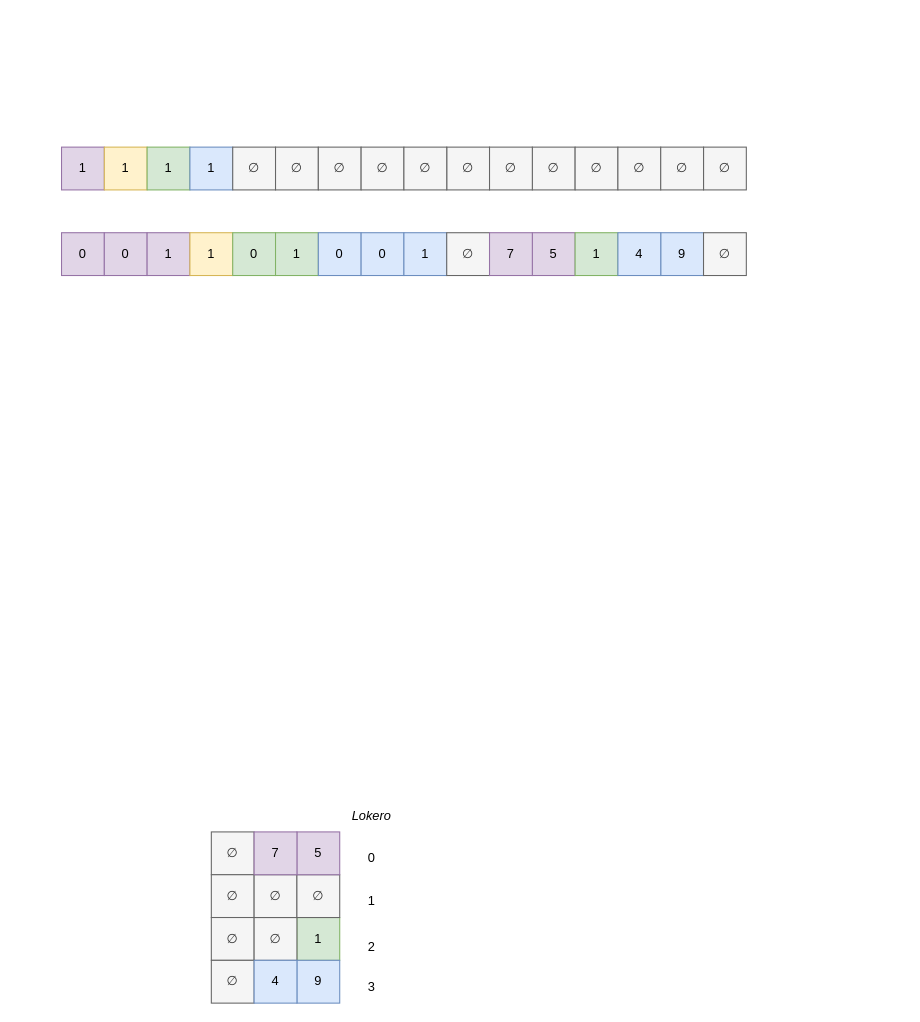
Before: Vektoriosamääräsuodatin.drawio in juaxE/kandikuvat, a draw.io diagram. Source tidied: cells renumbered, new cells numbered last; positions are measured from the earlier drawing's top-left corner, leaving out a move shared by most shapes. Both pictures are drawn from the tidied source at 107%, with x=0, y=0 at pixel (61, 147).
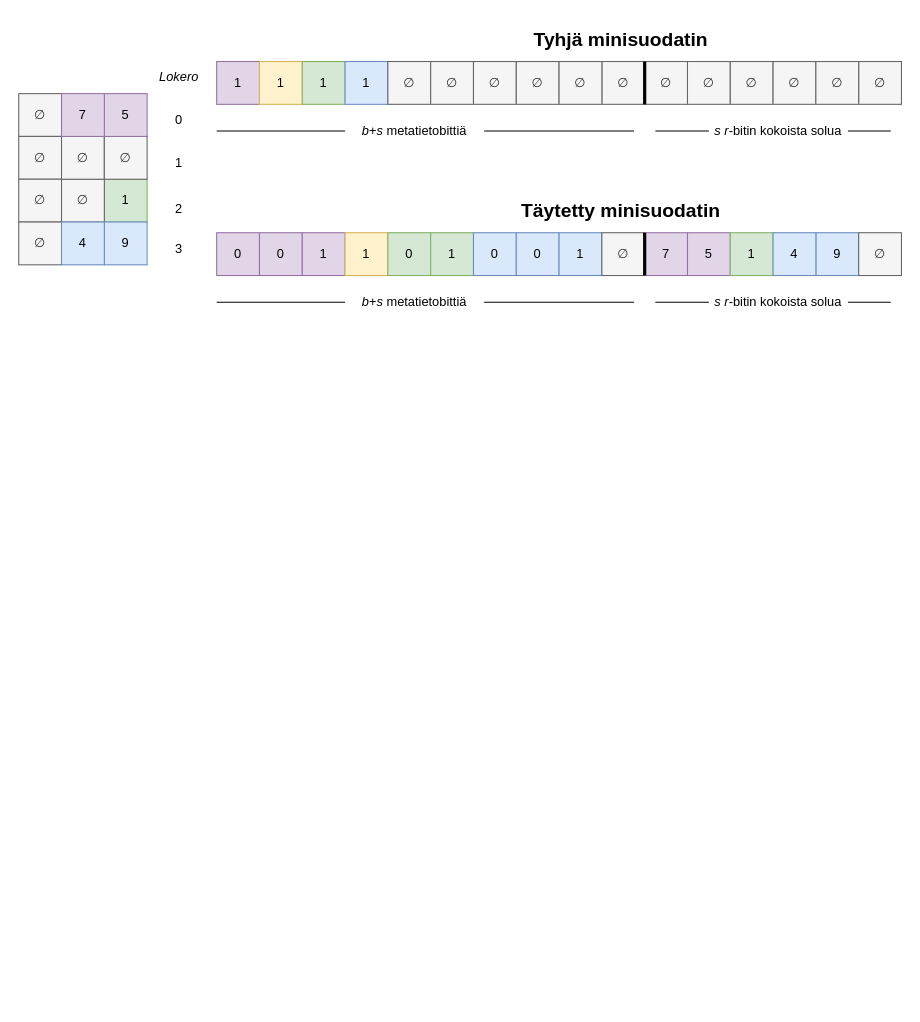
The same page after the edit.

Change to the diagram source:
```diff
@@
     <mxCell id="2" value="0" style="whiteSpace=wrap;html=1;fillColor=#e1d5e7;strokeColor=#9673a6;" parent="1" vertex="1">
-      <mxGeometry y="80" width="40" height="40" as="geometry" />
+      <mxGeometry x="145" y="80" width="40" height="40" as="geometry" />
     </mxCell>
     <mxCell id="3" value="∅" style="whiteSpace=wrap;html=1;fillColor=#f5f5f5;fontColor=#333333;strokeColor=#666666;" parent="1" vertex="1">
-      <mxGeometry x="140" y="640" width="40" height="40" as="geometry" />
+      <mxGeometry x="-40" y="-50" width="40" height="40" as="geometry" />
     </mxCell>
     <mxCell id="4" value="∅" style="whiteSpace=wrap;html=1;fillColor=#f5f5f5;fontColor=#333333;strokeColor=#666666;" parent="1" vertex="1">
-      <mxGeometry x="140" y="680" width="40" height="40" as="geometry" />
+      <mxGeometry x="-40" y="-10" width="40" height="40" as="geometry" />
     </mxCell>
     <mxCell id="5" value="∅" style="whiteSpace=wrap;html=1;fillColor=#f5f5f5;fontColor=#333333;strokeColor=#666666;" parent="1" vertex="1">
-      <mxGeometry x="140" y="720" width="40" height="40" as="geometry" />
+      <mxGeometry x="-40" y="30" width="40" height="40" as="geometry" />
     </mxCell>
     <mxCell id="6" value="1" style="whiteSpace=wrap;html=1;fillColor=#d5e8d4;strokeColor=#82b366;" parent="1" vertex="1">
-      <mxGeometry x="220" y="720" width="40" height="40" as="geometry" />
+      <mxGeometry x="40" y="30" width="40" height="40" as="geometry" />
     </mxCell>
     <mxCell id="7" value="∅" style="whiteSpace=wrap;html=1;fillColor=#f5f5f5;fontColor=#333333;strokeColor=#666666;" parent="1" vertex="1">
-      <mxGeometry x="180" y="720" width="40" height="40" as="geometry" />
+      <mxGeometry y="30" width="40" height="40" as="geometry" />
     </mxCell>
     <mxCell id="8" value="∅" style="whiteSpace=wrap;html=1;fillColor=#f5f5f5;fontColor=#333333;strokeColor=#666666;" parent="1" vertex="1">
-      <mxGeometry x="140" y="760" width="40" height="40" as="geometry" />
+      <mxGeometry x="-40" y="70" width="40" height="40" as="geometry" />
     </mxCell>
     <mxCell id="9" value="9" style="whiteSpace=wrap;html=1;fillColor=#dae8fc;strokeColor=#6c8ebf;" parent="1" vertex="1">
-      <mxGeometry x="220" y="760" width="40" height="40" as="geometry" />
+      <mxGeometry x="40" y="70" width="40" height="40" as="geometry" />
     </mxCell>
     <mxCell id="10" value="4" style="whiteSpace=wrap;html=1;fillColor=#dae8fc;strokeColor=#6c8ebf;" parent="1" vertex="1">
-      <mxGeometry x="180" y="760" width="40" height="40" as="geometry" />
+      <mxGeometry y="70" width="40" height="40" as="geometry" />
     </mxCell>
     <mxCell id="11" value="∅" style="whiteSpace=wrap;html=1;fillColor=#f5f5f5;fontColor=#333333;strokeColor=#666666;" parent="1" vertex="1">
-      <mxGeometry x="180" y="680" width="40" height="40" as="geometry" />
+      <mxGeometry y="-10" width="40" height="40" as="geometry" />
     </mxCell>
     <mxCell id="12" value="∅" style="whiteSpace=wrap;html=1;fillColor=#f5f5f5;fontColor=#333333;strokeColor=#666666;" parent="1" vertex="1">
-      <mxGeometry x="220" y="680" width="40" height="40" as="geometry" />
+      <mxGeometry x="40" y="-10" width="40" height="40" as="geometry" />
     </mxCell>
     <mxCell id="13" value="5" style="whiteSpace=wrap;html=1;fillColor=#e1d5e7;strokeColor=#9673a6;" parent="1" vertex="1">
-      <mxGeometry x="220" y="640" width="40" height="40" as="geometry" />
+      <mxGeometry x="40" y="-50" width="40" height="40" as="geometry" />
     </mxCell>
     <mxCell id="14" value="7" style="whiteSpace=wrap;html=1;fillColor=#e1d5e7;strokeColor=#9673a6;" parent="1" vertex="1">
-      <mxGeometry x="180" y="640" width="40" height="40" as="geometry" />
+      <mxGeometry y="-50" width="40" height="40" as="geometry" />
     </mxCell>
     <mxCell id="15" value="Lokero" style="text;html=1;strokeColor=none;fillColor=none;align=center;verticalAlign=middle;whiteSpace=wrap;rounded=0;fontStyle=2;" parent="1" vertex="1">
-      <mxGeometry x="260" y="610" width="60" height="30" as="geometry" />
+      <mxGeometry x="80" y="-80" width="60" height="30" as="geometry" />
     </mxCell>
     <mxCell id="16" value="0" style="text;html=1;strokeColor=none;fillColor=none;align=center;verticalAlign=middle;whiteSpace=wrap;rounded=0;" parent="1" vertex="1">
-      <mxGeometry x="260" y="650" width="60" height="30" as="geometry" />
+      <mxGeometry x="80" y="-40" width="60" height="30" as="geometry" />
     </mxCell>
     <mxCell id="17" value="1" style="text;html=1;strokeColor=none;fillColor=none;align=center;verticalAlign=middle;whiteSpace=wrap;rounded=0;" parent="1" vertex="1">
-      <mxGeometry x="260" y="690" width="60" height="30" as="geometry" />
+      <mxGeometry x="80" width="60" height="30" as="geometry" />
     </mxCell>
     <mxCell id="18" value="2" style="text;html=1;strokeColor=none;fillColor=none;align=center;verticalAlign=middle;whiteSpace=wrap;rounded=0;" parent="1" vertex="1">
-      <mxGeometry x="255" y="730" width="70" height="35" as="geometry" />
+      <mxGeometry x="75" y="40" width="70" height="35" as="geometry" />
     </mxCell>
     <mxCell id="19" value="3" style="text;html=1;strokeColor=none;fillColor=none;align=center;verticalAlign=middle;whiteSpace=wrap;rounded=0;" parent="1" vertex="1">
-      <mxGeometry x="260" y="770" width="60" height="30" as="geometry" />
+      <mxGeometry x="80" y="80" width="60" height="30" as="geometry" />
     </mxCell>
     <mxCell id="20" value="0" style="whiteSpace=wrap;html=1;fillColor=#e1d5e7;strokeColor=#9673a6;" parent="1" vertex="1">
-      <mxGeometry x="40" y="80" width="40" height="40" as="geometry" />
+      <mxGeometry x="185" y="80" width="40" height="40" as="geometry" />
     </mxCell>
     <mxCell id="21" value="1" style="whiteSpace=wrap;html=1;fillColor=#e1d5e7;strokeColor=#9673a6;" parent="1" vertex="1">
-      <mxGeometry x="80" y="80" width="40" height="40" as="geometry" />
+      <mxGeometry x="225" y="80" width="40" height="40" as="geometry" />
     </mxCell>
     <mxCell id="22" value="1" style="whiteSpace=wrap;html=1;fillColor=#fff2cc;strokeColor=#d6b656;" parent="1" vertex="1">
-      <mxGeometry x="120" y="80" width="40" height="40" as="geometry" />
+      <mxGeometry x="265" y="80" width="40" height="40" as="geometry" />
     </mxCell>
     <mxCell id="23" value="0" style="whiteSpace=wrap;html=1;fillColor=#d5e8d4;strokeColor=#82b366;" parent="1" vertex="1">
-      <mxGeometry x="160" y="80" width="40" height="40" as="geometry" />
+      <mxGeometry x="305" y="80" width="40" height="40" as="geometry" />
     </mxCell>
     <mxCell id="24" value="1" style="whiteSpace=wrap;html=1;fillColor=#d5e8d4;strokeColor=#82b366;" parent="1" vertex="1">
-      <mxGeometry x="200" y="80" width="40" height="40" as="geometry" />
+      <mxGeometry x="345" y="80" width="40" height="40" as="geometry" />
     </mxCell>
     <mxCell id="25" value="0" style="whiteSpace=wrap;html=1;fillColor=#dae8fc;strokeColor=#6c8ebf;" parent="1" vertex="1">
-      <mxGeometry x="240" y="80" width="40" height="40" as="geometry" />
+      <mxGeometry x="385" y="80" width="40" height="40" as="geometry" />
     </mxCell>
     <mxCell id="26" value="0" style="whiteSpace=wrap;html=1;fillColor=#dae8fc;strokeColor=#6c8ebf;" parent="1" vertex="1">
-      <mxGeometry x="280" y="80" width="40" height="40" as="geometry" />
+      <mxGeometry x="425" y="80" width="40" height="40" as="geometry" />
     </mxCell>
     <mxCell id="27" value="1" style="whiteSpace=wrap;html=1;fillColor=#dae8fc;strokeColor=#6c8ebf;" parent="1" vertex="1">
-      <mxGeometry x="320" y="80" width="40" height="40" as="geometry" />
+      <mxGeometry x="465" y="80" width="40" height="40" as="geometry" />
     </mxCell>
     <mxCell id="28" value="∅" style="whiteSpace=wrap;html=1;fillColor=#f5f5f5;fontColor=#333333;strokeColor=#666666;" parent="1" vertex="1">
-      <mxGeometry x="360" y="80" width="40" height="40" as="geometry" />
+      <mxGeometry x="505" y="80" width="40" height="40" as="geometry" />
     </mxCell>
     <mxCell id="29" value="1" style="whiteSpace=wrap;html=1;fillColor=#e1d5e7;strokeColor=#9673a6;" parent="1" vertex="1">
-      <mxGeometry width="40" height="40" as="geometry" />
+      <mxGeometry x="145" y="-80" width="40" height="40" as="geometry" />
     </mxCell>
     <mxCell id="30" value="1" style="whiteSpace=wrap;html=1;fillColor=#fff2cc;strokeColor=#d6b656;" parent="1" vertex="1">
-      <mxGeometry x="40" width="40" height="40" as="geometry" />
+      <mxGeometry x="185" y="-80" width="40" height="40" as="geometry" />
     </mxCell>
     <mxCell id="31" value="1" style="whiteSpace=wrap;html=1;fillColor=#d5e8d4;strokeColor=#82b366;" parent="1" vertex="1">
-      <mxGeometry x="80" width="40" height="40" as="geometry" />
+      <mxGeometry x="225" y="-80" width="40" height="40" as="geometry" />
     </mxCell>
     <mxCell id="32" value="1" style="whiteSpace=wrap;html=1;fillColor=#dae8fc;strokeColor=#6c8ebf;" parent="1" vertex="1">
-      <mxGeometry x="120" width="40" height="40" as="geometry" />
+      <mxGeometry x="265" y="-80" width="40" height="40" as="geometry" />
     </mxCell>
     <mxCell id="33" value="∅" style="whiteSpace=wrap;html=1;fillColor=#f5f5f5;fontColor=#333333;strokeColor=#666666;" parent="1" vertex="1">
-      <mxGeometry x="160" width="40" height="40" as="geometry" />
+      <mxGeometry x="305" y="-80" width="40" height="40" as="geometry" />
     </mxCell>
     <mxCell id="34" value="∅" style="whiteSpace=wrap;html=1;fillColor=#f5f5f5;fontColor=#333333;strokeColor=#666666;" parent="1" vertex="1">
-      <mxGeometry x="200" width="40" height="40" as="geometry" />
+      <mxGeometry x="345" y="-80" width="40" height="40" as="geometry" />
     </mxCell>
     <mxCell id="35" value="∅" style="whiteSpace=wrap;html=1;fillColor=#f5f5f5;fontColor=#333333;strokeColor=#666666;" parent="1" vertex="1">
-      <mxGeometry x="240" width="40" height="40" as="geometry" />
+      <mxGeometry x="385" y="-80" width="40" height="40" as="geometry" />
     </mxCell>
     <mxCell id="36" value="∅" style="whiteSpace=wrap;html=1;fillColor=#f5f5f5;fontColor=#333333;strokeColor=#666666;" parent="1" vertex="1">
-      <mxGeometry x="280" width="40" height="40" as="geometry" />
+      <mxGeometry x="425" y="-80" width="40" height="40" as="geometry" />
     </mxCell>
     <mxCell id="37" value="∅" style="whiteSpace=wrap;html=1;fillColor=#f5f5f5;fontColor=#333333;strokeColor=#666666;" parent="1" vertex="1">
-      <mxGeometry x="360" width="40" height="40" as="geometry" />
+      <mxGeometry x="505" y="-80" width="40" height="40" as="geometry" />
     </mxCell>
     <mxCell id="38" value="∅" style="whiteSpace=wrap;html=1;fillColor=#f5f5f5;fontColor=#333333;strokeColor=#666666;" parent="1" vertex="1">
-      <mxGeometry x="320" width="40" height="40" as="geometry" />
+      <mxGeometry x="465" y="-80" width="40" height="40" as="geometry" />
     </mxCell>
     <mxCell id="39" value="∅" style="whiteSpace=wrap;html=1;fillColor=#f5f5f5;fontColor=#333333;strokeColor=#666666;" parent="1" vertex="1">
-      <mxGeometry x="440" width="40" height="40" as="geometry" />
+      <mxGeometry x="585" y="-80" width="40" height="40" as="geometry" />
     </mxCell>
     <mxCell id="40" value="∅" style="whiteSpace=wrap;html=1;fillColor=#f5f5f5;fontColor=#333333;strokeColor=#666666;" parent="1" vertex="1">
-      <mxGeometry x="480" width="40" height="40" as="geometry" />
+      <mxGeometry x="625" y="-80" width="40" height="40" as="geometry" />
     </mxCell>
     <mxCell id="41" value="∅" style="whiteSpace=wrap;html=1;fillColor=#f5f5f5;fontColor=#333333;strokeColor=#666666;" parent="1" vertex="1">
-      <mxGeometry x="520" width="40" height="40" as="geometry" />
+      <mxGeometry x="665" y="-80" width="40" height="40" as="geometry" />
     </mxCell>
     <mxCell id="42" value="∅" style="whiteSpace=wrap;html=1;fillColor=#f5f5f5;fontColor=#333333;strokeColor=#666666;" parent="1" vertex="1">
-      <mxGeometry x="600" width="40" height="40" as="geometry" />
+      <mxGeometry x="745" y="-80" width="40" height="40" as="geometry" />
     </mxCell>
     <mxCell id="43" value="∅" style="whiteSpace=wrap;html=1;fillColor=#f5f5f5;fontColor=#333333;strokeColor=#666666;" parent="1" vertex="1">
-      <mxGeometry x="560" width="40" height="40" as="geometry" />
+      <mxGeometry x="705" y="-80" width="40" height="40" as="geometry" />
     </mxCell>
     <mxCell id="44" value="∅" style="whiteSpace=wrap;html=1;fillColor=#f5f5f5;fontColor=#333333;strokeColor=#666666;" parent="1" vertex="1">
-      <mxGeometry x="400" width="40" height="40" as="geometry" />
+      <mxGeometry x="545" y="-80" width="40" height="40" as="geometry" />
     </mxCell>
     <mxCell id="45" value="5" style="whiteSpace=wrap;html=1;fillColor=#e1d5e7;strokeColor=#9673a6;" parent="1" vertex="1">
-      <mxGeometry x="440" y="80" width="40" height="40" as="geometry" />
+      <mxGeometry x="585" y="80" width="40" height="40" as="geometry" />
     </mxCell>
     <mxCell id="46" value="7" style="whiteSpace=wrap;html=1;fillColor=#e1d5e7;strokeColor=#9673a6;" parent="1" vertex="1">
-      <mxGeometry x="400" y="80" width="40" height="40" as="geometry" />
+      <mxGeometry x="545" y="80" width="40" height="40" as="geometry" />
     </mxCell>
     <mxCell id="47" value="1" style="whiteSpace=wrap;html=1;fillColor=#d5e8d4;strokeColor=#82b366;" parent="1" vertex="1">
-      <mxGeometry x="480" y="80" width="40" height="40" as="geometry" />
+      <mxGeometry x="625" y="80" width="40" height="40" as="geometry" />
     </mxCell>
     <mxCell id="48" value="9" style="whiteSpace=wrap;html=1;fillColor=#dae8fc;strokeColor=#6c8ebf;" parent="1" vertex="1">
-      <mxGeometry x="560" y="80" width="40" height="40" as="geometry" />
+      <mxGeometry x="705" y="80" width="40" height="40" as="geometry" />
     </mxCell>
     <mxCell id="49" value="4" style="whiteSpace=wrap;html=1;fillColor=#dae8fc;strokeColor=#6c8ebf;" parent="1" vertex="1">
-      <mxGeometry x="520" y="80" width="40" height="40" as="geometry" />
+      <mxGeometry x="665" y="80" width="40" height="40" as="geometry" />
     </mxCell>
     <mxCell id="50" value="∅" style="whiteSpace=wrap;html=1;fillColor=#f5f5f5;fontColor=#333333;strokeColor=#666666;" parent="1" vertex="1">
-      <mxGeometry x="600" y="80" width="40" height="40" as="geometry" />
+      <mxGeometry x="745" y="80" width="40" height="40" as="geometry" />
     </mxCell>
+    <mxCell id="51" value="&lt;b style=&quot;font-size: 18px;&quot;&gt;Tyhjä minisuodatin&lt;/b&gt;" style="text;html=1;strokeColor=none;fillColor=none;align=center;verticalAlign=middle;whiteSpace=wrap;rounded=0;fontSize=18;" parent="1" vertex="1">
+      <mxGeometry x="425" y="-120" width="196" height="40" as="geometry" />
+    </mxCell>
+    <mxCell id="52" style="endArrow=none;html=1;rounded=0;curved=1;strokeWidth=3;entryX=0;entryY=0;entryDx=0;entryDy=0;" parent="1" edge="1" target="46">
+      <mxGeometry relative="1" as="geometry">
+        <mxPoint x="545" y="120" as="sourcePoint" />
+      </mxGeometry>
+    </mxCell>
+    <mxCell id="53" style="endArrow=none;html=1;rounded=0;curved=1;strokeWidth=3;entryX=0;entryY=0;entryDx=0;entryDy=0;exitX=0;exitY=1;exitDx=0;exitDy=0;" parent="1" edge="1" source="44" target="44">
+      <mxGeometry relative="1" as="geometry" />
+    </mxCell>
+    <mxCell id="54" value="b&lt;span style=&quot;font-style: normal;&quot;&gt;+&lt;/span&gt;s&lt;span style=&quot;font-style: normal;&quot;&gt;&amp;nbsp;metatietobittiä&lt;/span&gt;" style="text;html=1;strokeColor=none;fillColor=none;align=center;verticalAlign=middle;whiteSpace=wrap;rounded=0;fontStyle=2;" parent="1" vertex="1">
+      <mxGeometry x="265" y="-30" width="130" height="30" as="geometry" />
+    </mxCell>
+    <mxCell id="55" style="endArrow=none;html=1;rounded=0;exitX=0;exitY=0.5;exitDx=0;exitDy=0;" parent="1" edge="1" source="54">
+      <mxGeometry relative="1" as="geometry">
+        <mxPoint x="145" y="-15" as="targetPoint" />
+      </mxGeometry>
+    </mxCell>
+    <mxCell id="56" style="endArrow=none;html=1;rounded=0;" parent="1" edge="1">
+      <mxGeometry relative="1" as="geometry">
+        <mxPoint x="535" y="-15" as="sourcePoint" />
+        <mxPoint x="395" y="-15" as="targetPoint" />
+      </mxGeometry>
+    </mxCell>
+    <mxCell id="57" value="b&lt;span style=&quot;font-style: normal;&quot;&gt;+&lt;/span&gt;s&lt;span style=&quot;font-style: normal;&quot;&gt;&amp;nbsp;metatietobittiä&lt;/span&gt;" style="text;html=1;strokeColor=none;fillColor=none;align=center;verticalAlign=middle;whiteSpace=wrap;rounded=0;fontStyle=2;" parent="1" vertex="1">
+      <mxGeometry x="265" y="130" width="130" height="30" as="geometry" />
+    </mxCell>
+    <mxCell id="58" style="endArrow=none;html=1;rounded=0;exitX=0;exitY=0.5;exitDx=0;exitDy=0;" parent="1" edge="1" source="57">
+      <mxGeometry relative="1" as="geometry">
+        <mxPoint x="145" y="145" as="targetPoint" />
+      </mxGeometry>
+    </mxCell>
+    <mxCell id="59" style="endArrow=none;html=1;rounded=0;" parent="1" edge="1">
+      <mxGeometry relative="1" as="geometry">
+        <mxPoint x="535" y="145" as="sourcePoint" />
+        <mxPoint x="395" y="145" as="targetPoint" />
+      </mxGeometry>
+    </mxCell>
+    <mxCell id="60" value="&lt;b style=&quot;font-size: 18px;&quot;&gt;Täytetty minisuodatin&lt;/b&gt;" style="text;html=1;strokeColor=none;fillColor=none;align=center;verticalAlign=middle;whiteSpace=wrap;rounded=0;fontSize=18;" parent="1" vertex="1">
+      <mxGeometry x="425" y="40" width="196" height="40" as="geometry" />
+    </mxCell>
+    <mxCell id="61" value="&lt;i&gt;s&lt;/i&gt;&amp;nbsp;&lt;i&gt;r&lt;/i&gt;-bitin kokoista solua" style="text;html=1;strokeColor=none;fillColor=none;align=center;verticalAlign=middle;whiteSpace=wrap;rounded=0;" parent="1" vertex="1">
+      <mxGeometry x="605" y="-30" width="130" height="30" as="geometry" />
+    </mxCell>
+    <mxCell id="62" style="endArrow=none;html=1;rounded=0;exitX=0;exitY=0.5;exitDx=0;exitDy=0;" parent="1" edge="1" source="61">
+      <mxGeometry relative="1" as="geometry">
+        <mxPoint x="555" y="-15" as="targetPoint" />
+      </mxGeometry>
+    </mxCell>
+    <mxCell id="63" style="endArrow=none;html=1;rounded=0;entryX=1;entryY=0.5;entryDx=0;entryDy=0;" parent="1" edge="1" target="61">
+      <mxGeometry relative="1" as="geometry">
+        <mxPoint x="775" y="-15" as="sourcePoint" />
+      </mxGeometry>
+    </mxCell>
+    <mxCell id="64" value="&lt;i&gt;s&lt;/i&gt;&amp;nbsp;&lt;i&gt;r&lt;/i&gt;-bitin kokoista solua" style="text;html=1;strokeColor=none;fillColor=none;align=center;verticalAlign=middle;whiteSpace=wrap;rounded=0;" parent="1" vertex="1">
+      <mxGeometry x="605" y="130" width="130" height="30" as="geometry" />
+    </mxCell>
+    <mxCell id="65" style="endArrow=none;html=1;rounded=0;exitX=0;exitY=0.5;exitDx=0;exitDy=0;" parent="1" edge="1" source="64">
+      <mxGeometry relative="1" as="geometry">
+        <mxPoint x="555" y="145" as="targetPoint" />
+      </mxGeometry>
+    </mxCell>
+    <mxCell id="66" style="endArrow=none;html=1;rounded=0;entryX=1;entryY=0.5;entryDx=0;entryDy=0;" parent="1" edge="1" target="64">
+      <mxGeometry relative="1" as="geometry">
+        <mxPoint x="775" y="145" as="sourcePoint" />
+      </mxGeometry>
+    </mxCell>
```
